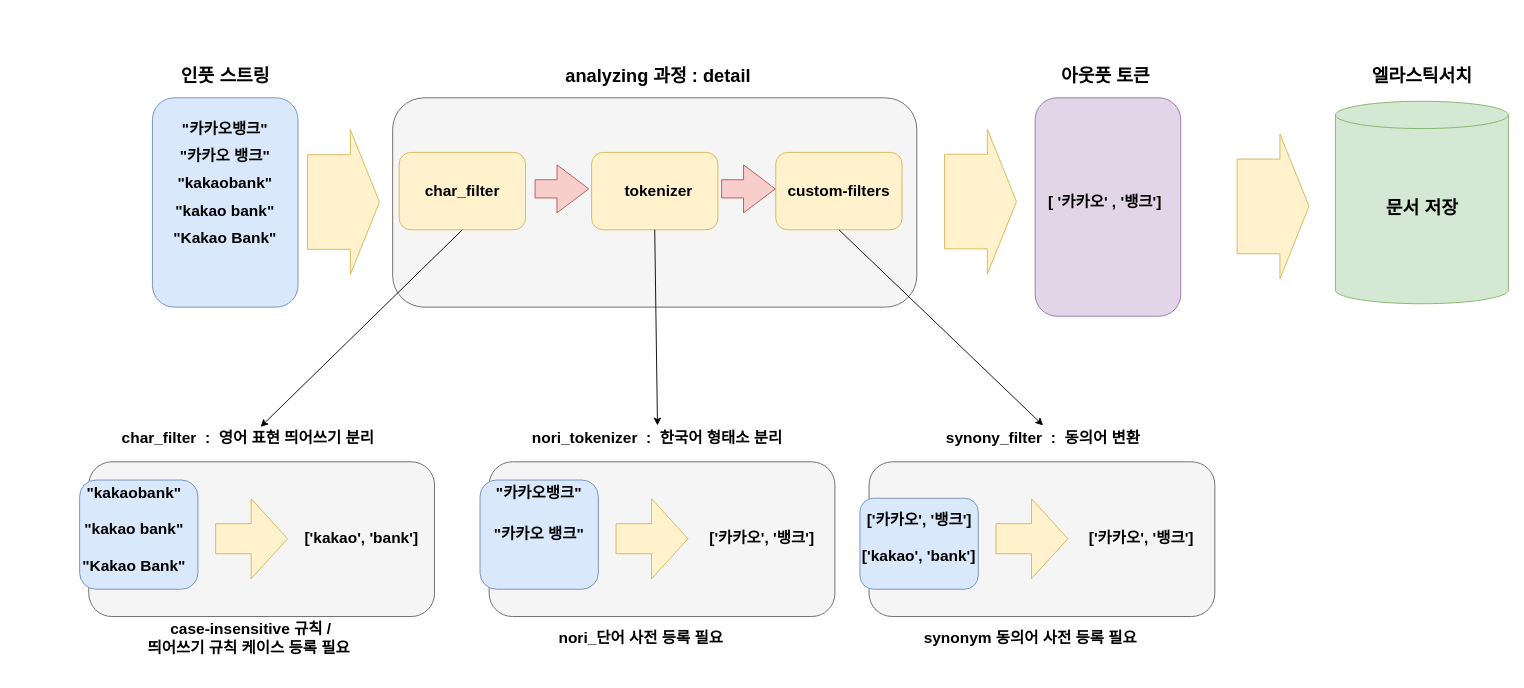
Before: page "index analyzing 복잡" (23 of 26) of 제목 없는 다이어그램.drawio in dkGithup2022/module_and_design, a draw.io diagram. Source tidied: cells renumbered, new cells numbered last; positions are measured from the earlier drawing's top-left corner, leaving out a move shared by most shapes. Both pictures are drawn from the tidied source at 91%, with x=0, y=0 at pixel (15, 61).
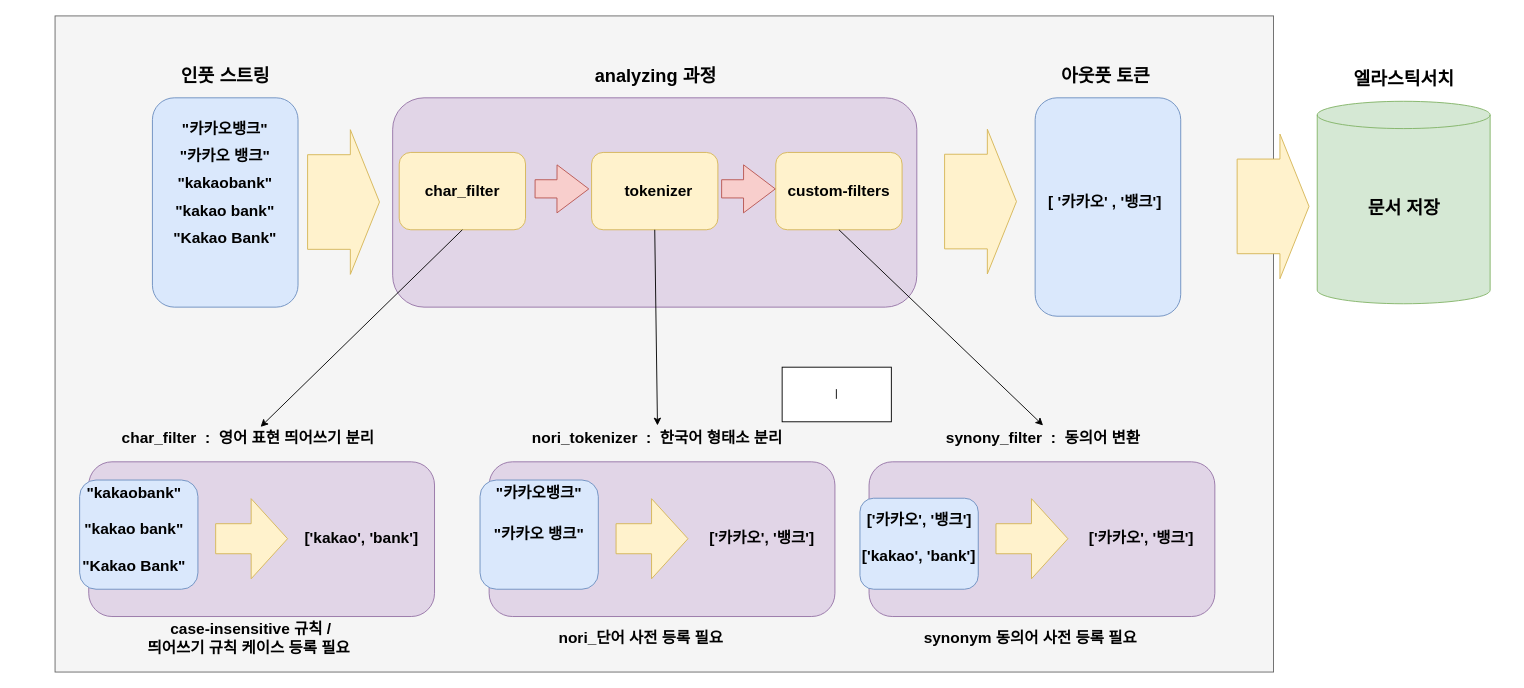
Above is the later version.

Commit message:
제목 없는 다이어그램.drawio 업데이트

What changed in the source:
```diff
@@
+    <mxCell id="56" style="rounded=0;whiteSpace=wrap;html=1;fillColor=#f5f5f5;fontColor=#333333;strokeColor=#666666;" parent="1" vertex="1">
+      <mxGeometry x="43" y="-50" width="1339" height="721" as="geometry" />
+    </mxCell>
@@
-    <mxCell id="5" style="rounded=1;whiteSpace=wrap;html=1;fillColor=#e1d5e7;strokeColor=#9673a6;" parent="1" vertex="1">
+    <mxCell id="5" style="rounded=1;whiteSpace=wrap;html=1;fillColor=#dae8fc;strokeColor=#6c8ebf;" parent="1" vertex="1">
       <mxGeometry x="1120" y="40" width="160" height="240" as="geometry" />
     </mxCell>
-    <mxCell id="6" style="rounded=1;whiteSpace=wrap;html=1;fillColor=#f5f5f5;fontColor=#333333;strokeColor=#666666;" parent="1" vertex="1">
+    <mxCell id="6" style="rounded=1;whiteSpace=wrap;html=1;fillColor=#e1d5e7;strokeColor=#9673a6;" parent="1" vertex="1">
       <mxGeometry x="414" y="40" width="576" height="230" as="geometry" />
     </mxCell>
-    <mxCell id="7" value="&lt;span style=&quot;font-size: 20px;&quot;&gt;&lt;b&gt;analyzing 과정 : detail&lt;/b&gt;&lt;/span&gt;" style="text;html=1;align=center;verticalAlign=middle;whiteSpace=wrap;rounded=0;" parent="1" vertex="1">
+    <mxCell id="7" value="&lt;span style=&quot;font-size: 20px;&quot;&gt;&lt;b&gt;analyzing 과정&amp;nbsp;&lt;/b&gt;&lt;/span&gt;" style="text;html=1;align=center;verticalAlign=middle;whiteSpace=wrap;rounded=0;" parent="1" vertex="1">
       <mxGeometry x="551.2" width="310" height="30" as="geometry" />
     </mxCell>
@@
-    <mxCell id="16" style="rounded=1;whiteSpace=wrap;html=1;fillColor=#f5f5f5;fontColor=#333333;strokeColor=#666666;" parent="1" vertex="1">
+    <mxCell id="16" style="rounded=1;whiteSpace=wrap;html=1;fillColor=#e1d5e7;strokeColor=#9673a6;" parent="1" vertex="1">
       <mxGeometry x="80" y="440" width="380" height="170" as="geometry" />
     </mxCell>
@@
-    <mxCell id="24" style="rounded=1;whiteSpace=wrap;html=1;fillColor=#f5f5f5;fontColor=#333333;strokeColor=#666666;" parent="1" vertex="1">
+    <mxCell id="24" style="rounded=1;whiteSpace=wrap;html=1;fillColor=#e1d5e7;strokeColor=#9673a6;" parent="1" vertex="1">
       <mxGeometry x="520" y="440" width="380" height="170" as="geometry" />
     </mxCell>
@@
-    <mxCell id="31" style="rounded=1;whiteSpace=wrap;html=1;fillColor=#f5f5f5;fontColor=#333333;strokeColor=#666666;" parent="1" vertex="1">
+    <mxCell id="31" style="rounded=1;whiteSpace=wrap;html=1;fillColor=#e1d5e7;strokeColor=#9673a6;" parent="1" vertex="1">
       <mxGeometry x="937.5" y="440" width="380" height="170" as="geometry" />
     </mxCell>
@@
     <mxCell id="53" style="shape=cylinder3;whiteSpace=wrap;html=1;boundedLbl=1;backgroundOutline=1;size=15;fillColor=#d5e8d4;strokeColor=#82b366;" parent="1" vertex="1">
-      <mxGeometry x="1450" y="43.8" width="190" height="222.5" as="geometry" />
+      <mxGeometry x="1430" y="43.8" width="190" height="222.5" as="geometry" />
     </mxCell>
     <mxCell id="54" value="&lt;b&gt;&lt;font style=&quot;font-size: 20px;&quot;&gt;엘라스틱서치&lt;/font&gt;&lt;/b&gt;" style="text;html=1;align=center;verticalAlign=middle;whiteSpace=wrap;rounded=0;" parent="1" vertex="1">
-      <mxGeometry x="1487.5" width="115" height="30" as="geometry" />
+      <mxGeometry x="1467.5" y="3" width="115" height="30" as="geometry" />
     </mxCell>
     <mxCell id="55" value="&lt;b&gt;&lt;font style=&quot;font-size: 20px;&quot;&gt;문서 저장&lt;/font&gt;&lt;/b&gt;" style="text;html=1;align=center;verticalAlign=middle;whiteSpace=wrap;rounded=0;" parent="1" vertex="1">
-      <mxGeometry x="1487.5" y="145" width="115" height="30" as="geometry" />
+      <mxGeometry x="1467.5" y="145" width="115" height="30" as="geometry" />
     </mxCell>
+    <mxCell id="57" value="ㅣ" style="whiteSpace=wrap;html=1;" parent="1" vertex="1">
+      <mxGeometry x="842" y="336" width="120" height="60" as="geometry" />
+    </mxCell>
```
